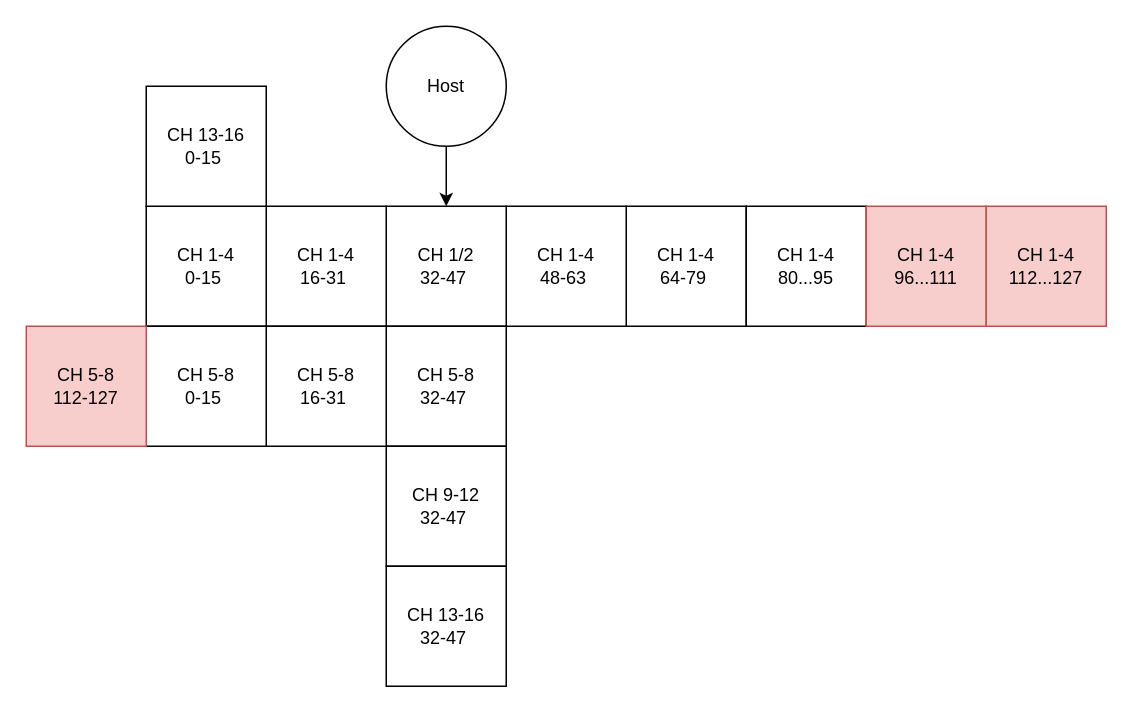
intechstudio/grid-fw keeps this draw.io diagram as page "Midi Mapping" (6 of 7) of Docu/FirmwareFlow.drawio. Above is the earlier version. Source tidied: cells renumbered, new cells numbered last; positions are measured from the earlier drawing's top-left corner, leaving out a move shared by most shapes. Both pictures are drawn from the tidied source at 150%, with x=0, y=0 at pixel (26, 26).
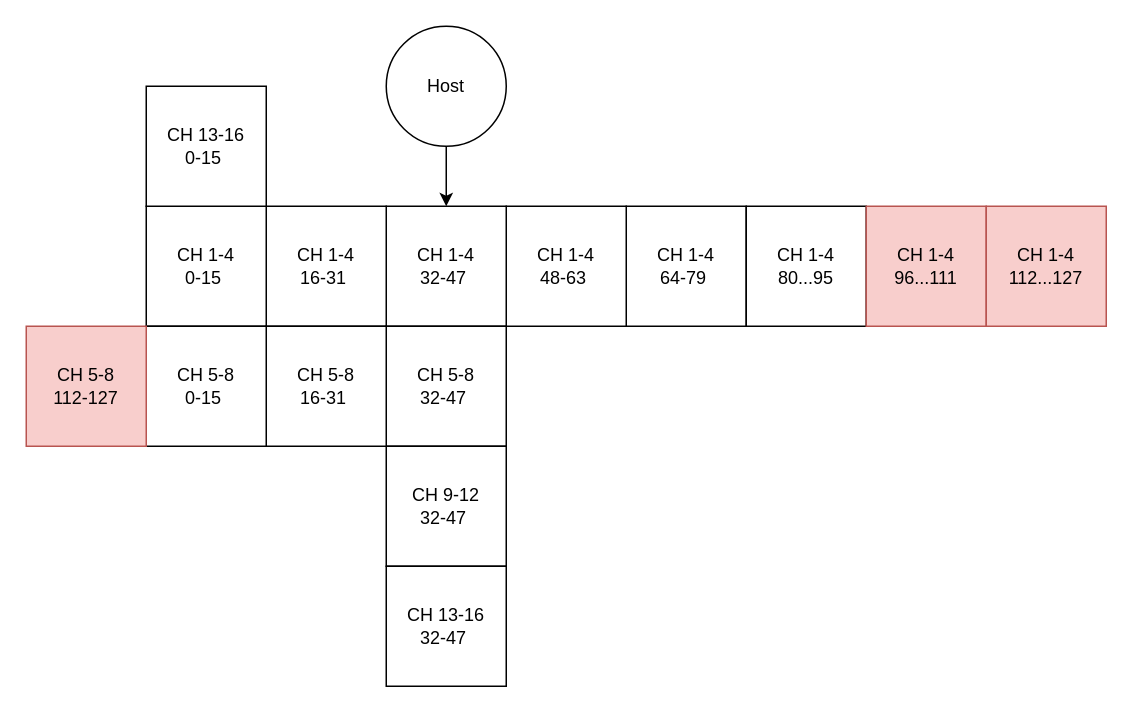
The same diagram, later.

Change to the diagram source:
```diff
@@
 <mxGraphModel>
   <root>
     <mxCell id="0" />
     <mxCell id="1" parent="0" />
     <mxCell id="2" style="edgeStyle=orthogonalEdgeStyle;rounded=0;jettySize=auto;html=1;exitX=0.5;exitY=1;exitDx=0;exitDy=0;entryX=0.5;entryY=0;entryDx=0;entryDy=0;" parent="1" edge="1" source="3" target="7">
       <mxGeometry relative="1" as="geometry" />
     </mxCell>
     <mxCell id="3" value="Host" style="ellipse;whiteSpace=wrap;html=1;" parent="1" vertex="1">
       <mxGeometry x="240" width="80" height="80" as="geometry" />
     </mxCell>
     <mxCell id="4" value="CH 1-4&lt;br&gt;64-79&amp;nbsp;" style="whiteSpace=wrap;html=1;" parent="1" vertex="1">
       <mxGeometry x="400" y="120" width="80" height="80" as="geometry" />
     </mxCell>
     <mxCell id="5" value="CH 1-4&lt;br&gt;80...95" style="whiteSpace=wrap;html=1;" parent="1" vertex="1">
       <mxGeometry x="480" y="120" width="80" height="80" as="geometry" />
     </mxCell>
     <mxCell id="6" value="CH 1-4&lt;br&gt;48-63&amp;nbsp;" style="whiteSpace=wrap;html=1;" parent="1" vertex="1">
       <mxGeometry x="320" y="120" width="80" height="80" as="geometry" />
     </mxCell>
-    <mxCell id="7" value="CH 1/2&lt;br&gt;32-47&amp;nbsp;" style="whiteSpace=wrap;html=1;" parent="1" vertex="1">
+    <mxCell id="7" value="CH 1-4&lt;br&gt;32-47&amp;nbsp;" style="whiteSpace=wrap;html=1;" parent="1" vertex="1">
       <mxGeometry x="240" y="120" width="80" height="80" as="geometry" />
     </mxCell>
     <mxCell id="8" value="CH 1-4&lt;br&gt;16-31&amp;nbsp;" style="whiteSpace=wrap;html=1;" parent="1" vertex="1">
       <mxGeometry x="160" y="120" width="80" height="80" as="geometry" />
     </mxCell>
     <mxCell id="9" value="CH 1-4&lt;br&gt;0-15&amp;nbsp;" style="whiteSpace=wrap;html=1;" parent="1" vertex="1">
       <mxGeometry x="80" y="120" width="80" height="80" as="geometry" />
     </mxCell>
     <mxCell id="10" value="CH 1-4&lt;br&gt;96...111" style="whiteSpace=wrap;html=1;fillColor=#f8cecc;strokeColor=#b85450;" parent="1" vertex="1">
       <mxGeometry x="560" y="120" width="80" height="80" as="geometry" />
     </mxCell>
     <mxCell id="11" value="CH 1-4&lt;br&gt;112...127" style="whiteSpace=wrap;html=1;fillColor=#f8cecc;strokeColor=#b85450;" parent="1" vertex="1">
       <mxGeometry x="640" y="120" width="80" height="80" as="geometry" />
     </mxCell>
     <mxCell id="12" value="CH 5-8&lt;br&gt;32-47&amp;nbsp;" style="whiteSpace=wrap;html=1;" parent="1" vertex="1">
       <mxGeometry x="240" y="200" width="80" height="80" as="geometry" />
     </mxCell>
     <mxCell id="13" value="CH 9-12&lt;br&gt;32-47&amp;nbsp;" style="whiteSpace=wrap;html=1;" parent="1" vertex="1">
       <mxGeometry x="240" y="280" width="80" height="80" as="geometry" />
     </mxCell>
     <mxCell id="14" value="CH 13-16&lt;br&gt;32-47&amp;nbsp;" style="whiteSpace=wrap;html=1;" parent="1" vertex="1">
       <mxGeometry x="240" y="360" width="80" height="80" as="geometry" />
     </mxCell>
     <mxCell id="15" value="CH 13-16&lt;br&gt;0-15&amp;nbsp;" style="whiteSpace=wrap;html=1;" parent="1" vertex="1">
       <mxGeometry x="80" y="40" width="80" height="80" as="geometry" />
     </mxCell>
     <mxCell id="16" value="CH 5-8&lt;br&gt;16-31&amp;nbsp;" style="whiteSpace=wrap;html=1;" parent="1" vertex="1">
       <mxGeometry x="160" y="200" width="80" height="80" as="geometry" />
     </mxCell>
     <mxCell id="17" value="CH 5-8&lt;br&gt;0-15&amp;nbsp;" style="whiteSpace=wrap;html=1;" parent="1" vertex="1">
       <mxGeometry x="80" y="200" width="80" height="80" as="geometry" />
     </mxCell>
     <mxCell id="18" value="CH 5-8&lt;br&gt;112-127 " style="whiteSpace=wrap;html=1;fillColor=#f8cecc;strokeColor=#b85450;" parent="1" vertex="1">
       <mxGeometry y="200" width="80" height="80" as="geometry" />
     </mxCell>
   </root>
 </mxGraphModel>
```
